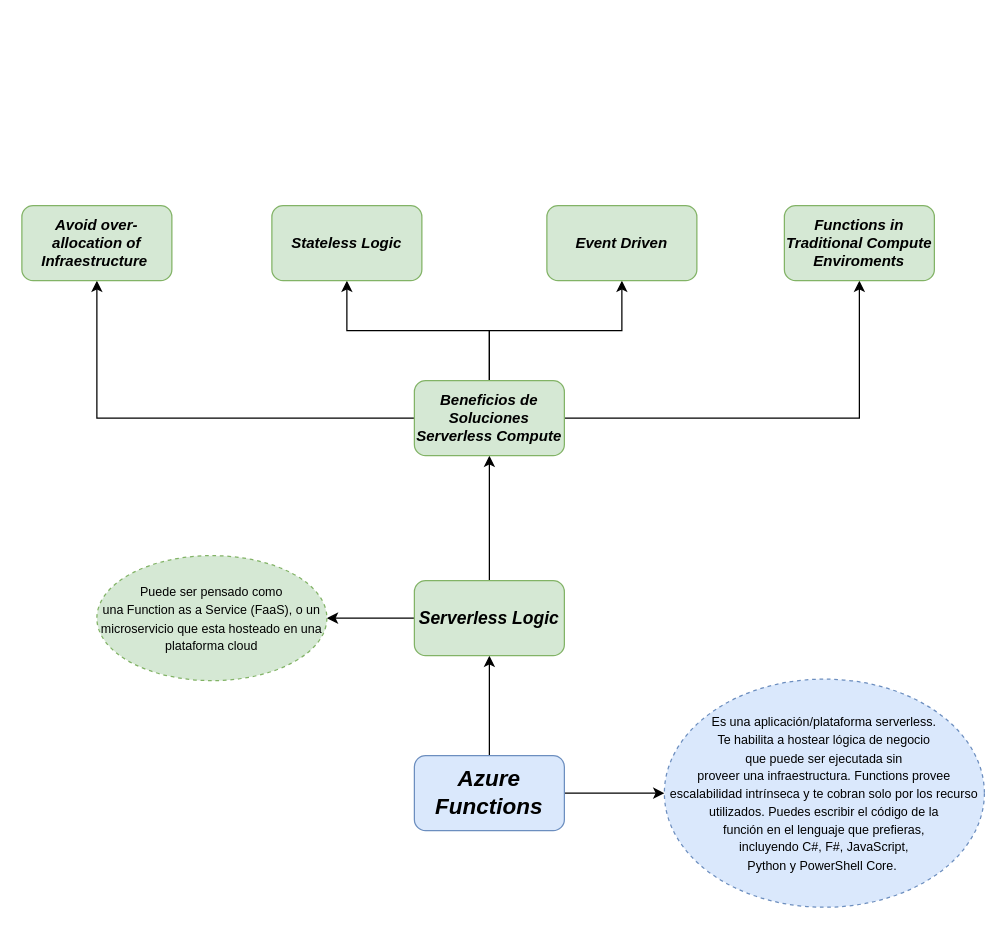
The draw.io diagram Azure Functions.drawio in Redcouz/AzureDevOpsDiagram, before the edit. Source tidied: cells renumbered, new cells numbered last; positions are measured from the earlier drawing's top-left corner, leaving out a move shared by most shapes. Both pictures are drawn from the tidied source at 125%, with x=0, y=0 at pixel (21, 205).
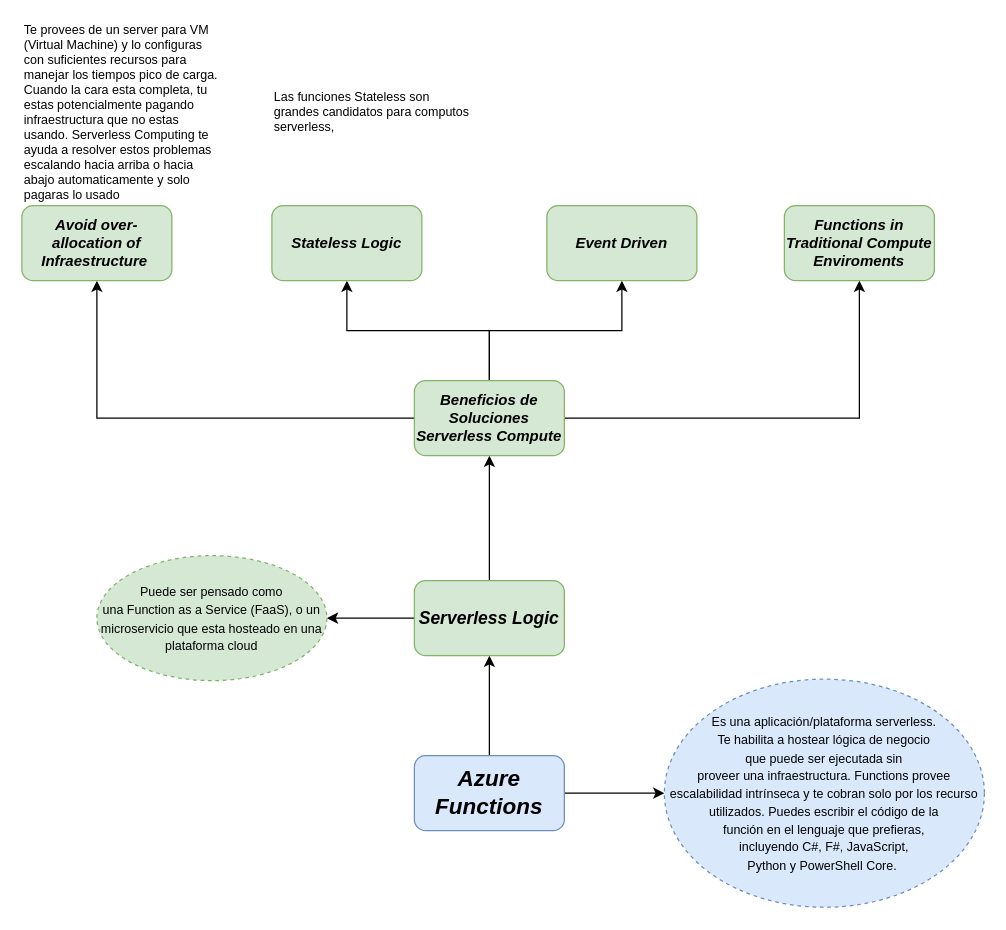
The same page after the edit.

The edit, as a diff of the source:
```diff
@@
+    <mxCell id="19" value="Te provees de un server para VM (Virtual Machine) y lo configuras con suficientes recursos para manejar los tiempos pico de carga. Cuando la cara esta completa, tu estas potencialmente pagando infraestructura que no estas usando. Serverless Computing te ayuda a resolver estos problemas escalando hacia arriba o hacia abajo automaticamente y solo pagaras lo usado" style="text;html=1;strokeColor=none;fillColor=none;align=left;verticalAlign=middle;whiteSpace=wrap;rounded=0;dashed=1;fontSize=10;" parent="1" vertex="1">
+      <mxGeometry y="-90" width="160" height="30" as="geometry" />
+    </mxCell>
+    <mxCell id="20" value="Las funciones Stateless son grandes candidatos para computos serverless,&amp;nbsp;" style="text;html=1;strokeColor=none;fillColor=none;align=left;verticalAlign=middle;whiteSpace=wrap;rounded=0;dashed=1;fontSize=10;" parent="1" vertex="1">
+      <mxGeometry x="200" y="-90" width="160" height="30" as="geometry" />
+    </mxCell>
```
